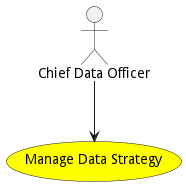
madajaju/edgemere keeps this PlantUML diagram as docs/edgemere/diml/dml/usecases/managedatastrategy/Activities.png. Above is the earlier version.
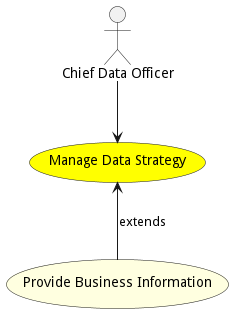
Above is the later version.

What changed in the source:
```diff
@@ -11,6 +11,10 @@
 
 
 
+usecase "Provide Business Information" as ProvideBusinessInformation #lightyellow
+
+ManageDataStrategy <-- ProvideBusinessInformation : extends
+
 
 
 
```
